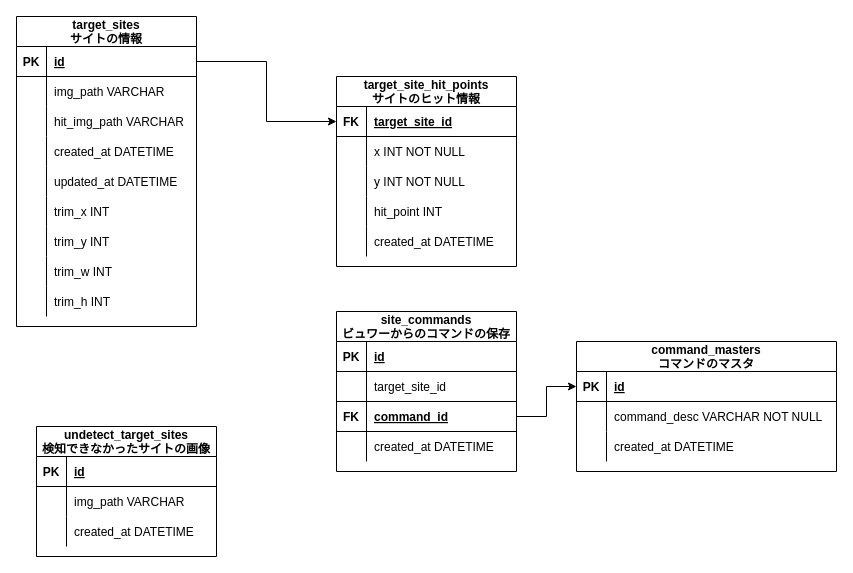
Above: page "ap2n-db struct" (3 of 3) of ap2n-flow.drawio in GTech9971/ApocalypseNow (draw.io), before the change. Source tidied: cells renumbered, new cells numbered last; positions are measured from the earlier drawing's top-left corner, leaving out a move shared by most shapes. Both pictures are drawn from the tidied source at 100%, with x=0, y=0 at pixel (16, 16).
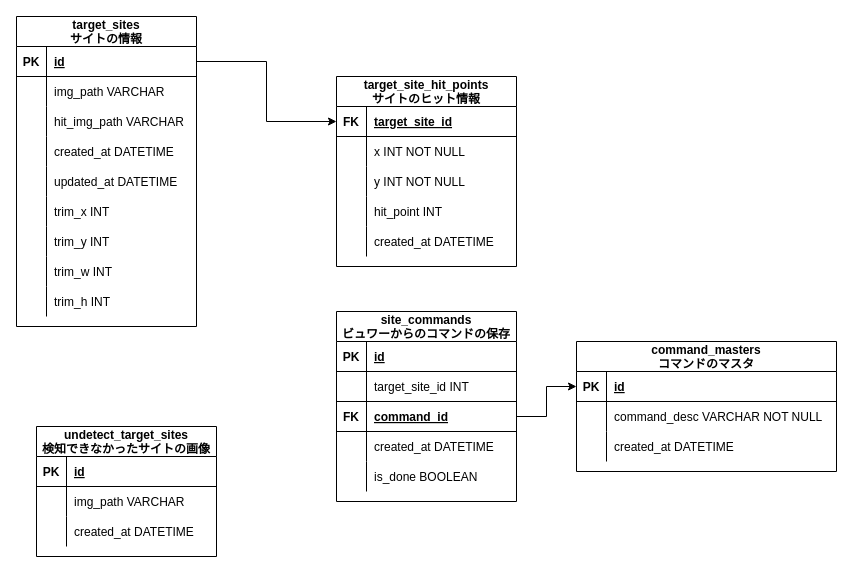
The same diagram, later.

The change refers to these unchanged cells:
```xml
<mxCell id="61" style="shape=tableRow;horizontal=0;startSize=0;swimlaneHead=0;swimlaneBody=0;fillColor=none;top=0;left=0;right=0;bottom=1;" parent="57" vertex="1">
  <mxGeometry y="60" width="180" height="30" as="geometry" />
</mxCell>
```

Change to the diagram source:
```diff
@@
     <mxCell id="57" value="site_commands&#10;ビュワーからのコマンドの保存" style="shape=table;startSize=30;childLayout=tableLayout;rowLines=0;fontStyle=1;align=center;" parent="1" vertex="1">
-      <mxGeometry x="320" y="295" width="180" height="160" as="geometry" />
+      <mxGeometry x="320" y="295" width="180" height="190" as="geometry" />
     </mxCell>
@@
-    <mxCell id="63" value="target_site_id" style="shape=partialRectangle;fillColor=none;top=0;left=0;bottom=0;right=0;align=left;spacingLeft=6;fontStyle=0;overflow=hidden;" parent="61" vertex="1">
+    <mxCell id="63" value="target_site_id INT" style="shape=partialRectangle;fillColor=none;top=0;left=0;bottom=0;right=0;align=left;spacingLeft=6;fontStyle=0;overflow=hidden;" parent="61" vertex="1">
       <mxGeometry x="30" width="150" height="30" as="geometry" />
     </mxCell>
@@
+    <mxCell id="81" style="shape=tableRow;horizontal=0;startSize=0;swimlaneHead=0;swimlaneBody=0;fillColor=none;top=0;left=0;right=0;bottom=0;" parent="57" vertex="1">
+      <mxGeometry y="150" width="180" height="30" as="geometry" />
+    </mxCell>
+    <mxCell id="82" style="shape=partialRectangle;fillColor=none;top=0;left=0;bottom=0;right=0;overflow=hidden;" parent="81" vertex="1">
+      <mxGeometry width="30" height="30" as="geometry" />
+    </mxCell>
+    <mxCell id="83" value="is_done BOOLEAN" style="shape=partialRectangle;fillColor=none;top=0;left=0;bottom=0;right=0;align=left;spacingLeft=6;overflow=hidden;" parent="81" vertex="1">
+      <mxGeometry x="30" width="150" height="30" as="geometry" />
+    </mxCell>
```
